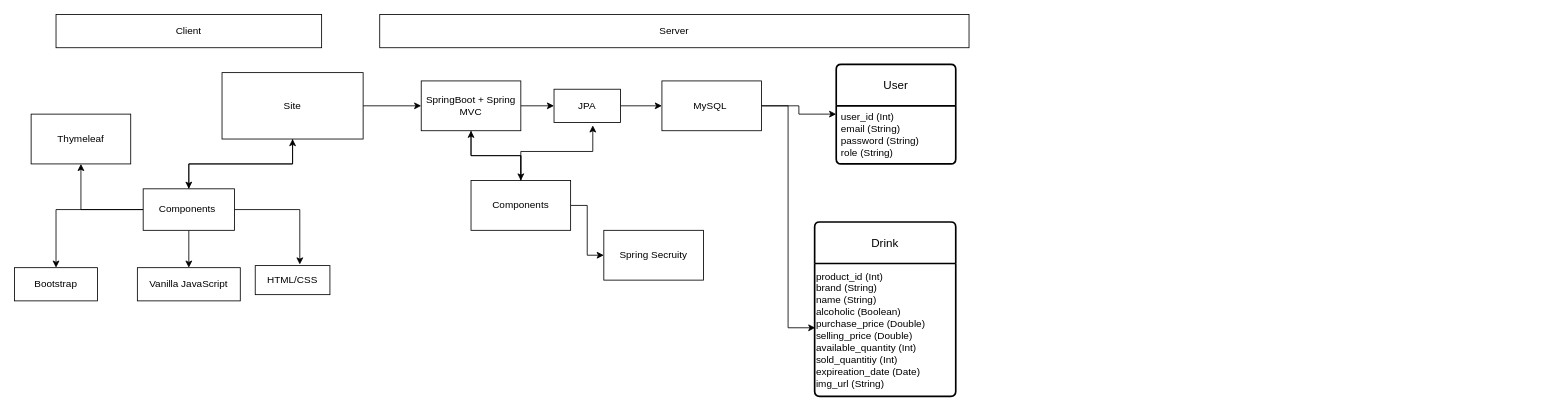
Above: Inventory_V2.drawio in j4n-r/Inventory_V2 (draw.io), before the change. Source tidied: cells renumbered, new cells numbered last; positions are measured from the earlier drawing's top-left corner, leaving out a move shared by most shapes. Both pictures are drawn from the tidied source at 83%, with x=0, y=0 at pixel (14, 14).
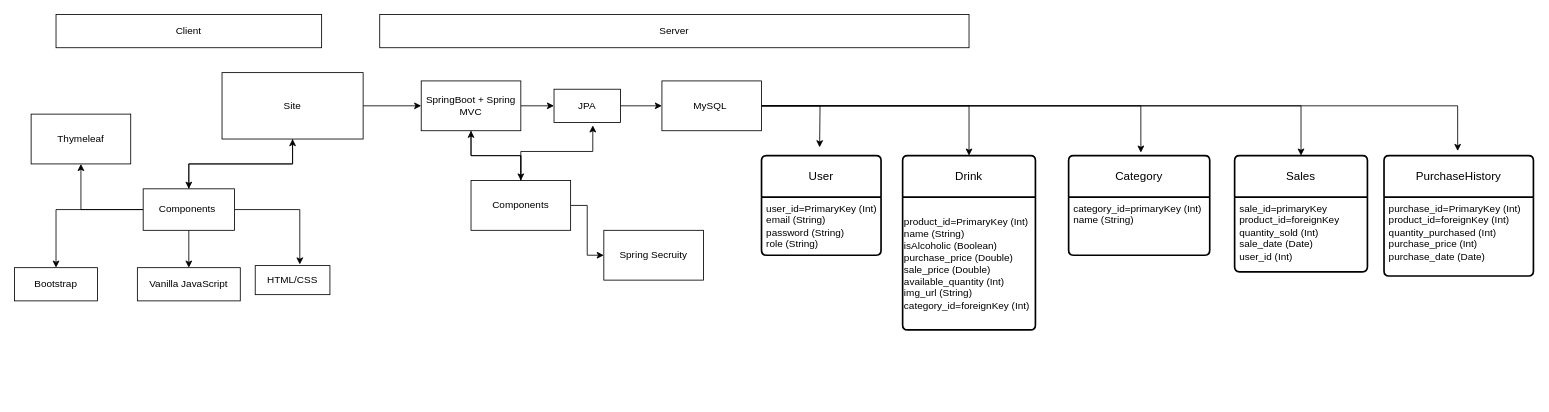
The same page after the edit.

The change refers to these unchanged cells:
```xml
<mxCell id="21" value="MySQL&amp;nbsp;" style="rounded=0;whiteSpace=wrap;html=1;" parent="1" vertex="1">
  <mxGeometry x="780" y="80" width="120" height="60" as="geometry" />
</mxCell>
```

The edit, as a diff of the source:
```diff
@@
     <mxCell id="2" value="Drink" style="swimlane;horizontal=1;startSize=50;rounded=1;fontSize=14;fontStyle=0;strokeWidth=2;shadow=0;dashed=0;align=center;arcSize=4;whiteSpace=wrap;html=1;" parent="1" vertex="1">
-      <mxGeometry x="964" y="250" width="170" height="210" as="geometry" />
+      <mxGeometry x="1070" y="170" width="160" height="210" as="geometry" />
     </mxCell>
-    <mxCell id="3" value="&lt;div style=&quot;&quot;&gt;product_id (Int)&lt;/div&gt;&lt;div style=&quot;&quot;&gt;&lt;span style=&quot;background-color: initial;&quot;&gt;brand (String)&lt;span style=&quot;white-space: pre;&quot;&gt;&#9;&lt;/span&gt;&lt;span style=&quot;white-space: pre;&quot;&gt;&#9;&lt;/span&gt;&lt;span style=&quot;white-space: pre;&quot;&gt;&#9;&lt;/span&gt;&lt;/span&gt;&lt;/div&gt;&lt;div style=&quot;&quot;&gt;&lt;span style=&quot;background-color: initial;&quot;&gt;name (String)&lt;/span&gt;&lt;/div&gt;&lt;div style=&quot;&quot;&gt;&lt;span style=&quot;background-color: initial;&quot;&gt;alcoholic (Boolean)&lt;/span&gt;&lt;/div&gt;&lt;div style=&quot;&quot;&gt;&lt;span style=&quot;background-color: initial;&quot;&gt;purchase_price (Double)&lt;/span&gt;&lt;/div&gt;&lt;div style=&quot;&quot;&gt;&lt;span style=&quot;background-color: initial;&quot;&gt;selling_price (Double)&lt;/span&gt;&lt;/div&gt;&lt;div style=&quot;&quot;&gt;&lt;span style=&quot;background-color: initial;&quot;&gt;available_quantity (Int)&lt;/span&gt;&lt;/div&gt;&lt;div style=&quot;&quot;&gt;&lt;span style=&quot;background-color: initial;&quot;&gt;sold_quantitiy (Int)&lt;/span&gt;&lt;/div&gt;&lt;div style=&quot;&quot;&gt;&lt;span style=&quot;background-color: initial;&quot;&gt;expireation_date (Date)&lt;/span&gt;&lt;/div&gt;&lt;div style=&quot;&quot;&gt;&lt;span style=&quot;background-color: initial;&quot;&gt;img_url (String)&lt;/span&gt;&lt;/div&gt;" style="text;html=1;align=left;verticalAlign=middle;points=[];strokeColor=none;fillColor=none;" parent="2" vertex="1">
-      <mxGeometry y="50" width="170" height="160" as="geometry" />
+    <mxCell id="3" value="&lt;div style=&quot;&quot;&gt;product_id=PrimaryKey (Int)&lt;span style=&quot;background-color: initial; white-space-collapse: preserve;&quot;&gt;&#9;&lt;/span&gt;&lt;span style=&quot;background-color: initial; white-space-collapse: preserve;&quot;&gt;&#9;&lt;/span&gt;&lt;span style=&quot;background-color: initial; white-space-collapse: preserve;&quot;&gt;&#9;&lt;/span&gt;&lt;/div&gt;&lt;div style=&quot;&quot;&gt;&lt;span style=&quot;background-color: initial;&quot;&gt;name (String)&lt;/span&gt;&lt;/div&gt;&lt;div style=&quot;&quot;&gt;&lt;span style=&quot;background-color: initial;&quot;&gt;isAlcoholic (Boolean)&lt;/span&gt;&lt;br&gt;&lt;/div&gt;&lt;div style=&quot;&quot;&gt;&lt;span style=&quot;background-color: initial;&quot;&gt;purchase_price (Double)&lt;/span&gt;&lt;/div&gt;&lt;div style=&quot;&quot;&gt;&lt;span style=&quot;background-color: initial;&quot;&gt;sale_price (Double)&lt;/span&gt;&lt;/div&gt;&lt;div style=&quot;&quot;&gt;&lt;span style=&quot;background-color: initial;&quot;&gt;available_quantity (Int)&lt;/span&gt;&lt;/div&gt;&lt;div style=&quot;&quot;&gt;&lt;span style=&quot;background-color: initial;&quot;&gt;img_url (String)&lt;/span&gt;&lt;/div&gt;&lt;div style=&quot;&quot;&gt;category_id=foreignKey (Int)&lt;/div&gt;" style="text;html=1;align=left;verticalAlign=middle;points=[];strokeColor=none;fillColor=none;" parent="2" vertex="1">
+      <mxGeometry y="50" width="160" height="160" as="geometry" />
     </mxCell>
     <mxCell id="4" value="User" style="swimlane;horizontal=1;startSize=50;rounded=1;fontSize=14;fontStyle=0;strokeWidth=2;shadow=0;dashed=0;align=center;arcSize=4;whiteSpace=wrap;html=1;" parent="1" vertex="1">
-      <mxGeometry x="990" y="60" width="144" height="120" as="geometry" />
+      <mxGeometry x="900" y="170" width="144" height="120" as="geometry" />
     </mxCell>
-    <mxCell id="5" value="user_id (Int)&lt;br&gt;email (String)&lt;br&gt;password (String)&lt;br&gt;role (String)" style="align=left;strokeColor=none;fillColor=none;spacingLeft=4;fontSize=12;verticalAlign=top;html=1;" parent="4" vertex="1">
+    <mxCell id="5" value="user_id=PrimaryKey (Int)&lt;br&gt;email (String)&lt;br&gt;password (String)&lt;br&gt;role (String)" style="align=left;strokeColor=none;fillColor=none;spacingLeft=4;fontSize=12;verticalAlign=top;html=1;" parent="4" vertex="1">
       <mxGeometry y="50" width="144" height="70" as="geometry" />
     </mxCell>
@@
-    <mxCell id="20" style="edgeStyle=orthogonalEdgeStyle;rounded=0;jettySize=auto;html=1;" parent="1" edge="1" source="21" target="4">
-      <mxGeometry relative="1" as="geometry" />
-    </mxCell>
+    <mxCell id="34" style="edgeStyle=orthogonalEdgeStyle;rounded=0;jettySize=auto;html=1;entryX=0.5;entryY=0;entryDx=0;entryDy=0;" parent="1" edge="1" source="21" target="2">
+      <mxGeometry relative="1" as="geometry" />
+    </mxCell>
+    <mxCell id="35" style="edgeStyle=orthogonalEdgeStyle;rounded=0;jettySize=auto;html=1;entryX=0.5;entryY=0;entryDx=0;entryDy=0;" parent="1" edge="1" source="21" target="41">
+      <mxGeometry relative="1" as="geometry" />
+    </mxCell>
+    <mxCell id="36" style="edgeStyle=orthogonalEdgeStyle;rounded=0;jettySize=auto;html=1;" parent="1" edge="1" source="21">
+      <mxGeometry relative="1" as="geometry">
+        <mxPoint x="970" y="160" as="targetPoint" />
+      </mxGeometry>
+    </mxCell>
@@
-    <mxCell id="23" style="edgeStyle=orthogonalEdgeStyle;rounded=0;jettySize=auto;html=1;entryX=0.005;entryY=0.484;entryDx=0;entryDy=0;entryPerimeter=0;" parent="1" edge="1" source="21" target="3">
-      <mxGeometry relative="1" as="geometry" />
-    </mxCell>
@@
+    <mxCell id="37" value="PurchaseHistory" style="swimlane;horizontal=1;startSize=50;rounded=1;fontSize=14;fontStyle=0;strokeWidth=2;shadow=0;dashed=0;align=center;arcSize=4;whiteSpace=wrap;html=1;" parent="1" vertex="1">
+      <mxGeometry x="1650" y="170" width="180" height="145" as="geometry" />
+    </mxCell>
+    <mxCell id="38" value="purchase_id=PrimaryKey (Int)&lt;br&gt;product_id=foreignKey (Int)&lt;br&gt;quantity_purchased (Int)&lt;br&gt;purchase_price (Int)&lt;br&gt;purchase_date (Date)" style="align=left;strokeColor=none;fillColor=none;spacingLeft=4;fontSize=12;verticalAlign=top;html=1;" parent="37" vertex="1">
+      <mxGeometry y="50" width="180" height="95" as="geometry" />
+    </mxCell>
+    <mxCell id="39" value="Category" style="swimlane;horizontal=1;startSize=50;rounded=1;fontSize=14;fontStyle=0;strokeWidth=2;shadow=0;dashed=0;align=center;arcSize=4;whiteSpace=wrap;html=1;" parent="1" vertex="1">
+      <mxGeometry x="1270" y="170" width="170" height="120" as="geometry" />
+    </mxCell>
+    <mxCell id="40" value="category_id=primaryKey (Int)&lt;br&gt;name (String)" style="align=left;strokeColor=none;fillColor=none;spacingLeft=4;fontSize=12;verticalAlign=top;html=1;" parent="39" vertex="1">
+      <mxGeometry y="50" width="170" height="70" as="geometry" />
+    </mxCell>
+    <mxCell id="41" value="Sales" style="swimlane;horizontal=1;startSize=50;rounded=1;fontSize=14;fontStyle=0;strokeWidth=2;shadow=0;dashed=0;align=center;arcSize=4;whiteSpace=wrap;html=1;" parent="1" vertex="1">
+      <mxGeometry x="1470" y="170" width="160" height="140" as="geometry" />
+    </mxCell>
+    <mxCell id="42" value="sale_id=primaryKey&lt;br&gt;product_id=foreignKey&lt;br&gt;quantity_sold (Int)&lt;br&gt;sale_date (Date)&lt;br&gt;user_id (Int)" style="align=left;strokeColor=none;fillColor=none;spacingLeft=4;fontSize=12;verticalAlign=top;html=1;" parent="41" vertex="1">
+      <mxGeometry y="50" width="160" height="90" as="geometry" />
+    </mxCell>
+    <mxCell id="43" style="edgeStyle=orthogonalEdgeStyle;rounded=0;jettySize=auto;html=1;entryX=0.512;entryY=-0.03;entryDx=0;entryDy=0;entryPerimeter=0;" parent="1" edge="1" source="21" target="39">
+      <mxGeometry relative="1" as="geometry" />
+    </mxCell>
+    <mxCell id="44" style="edgeStyle=orthogonalEdgeStyle;rounded=0;jettySize=auto;html=1;entryX=0.493;entryY=-0.038;entryDx=0;entryDy=0;entryPerimeter=0;" parent="1" edge="1" source="21" target="37">
+      <mxGeometry relative="1" as="geometry" />
+    </mxCell>
```
